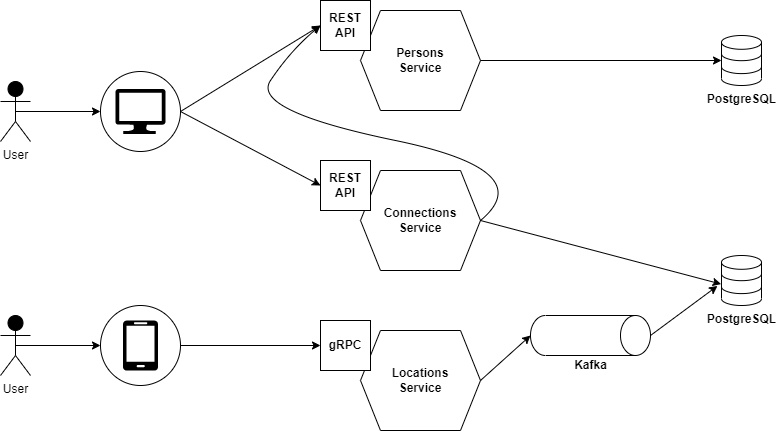
Above: docs/architecture_design.png in vykhvan/cloud-native-message-passing (draw.io), before the change. Source tidied: cells renumbered, new cells last; positions are measured from the earlier drawing's top-left corner, leaving out a move shared by most shapes.
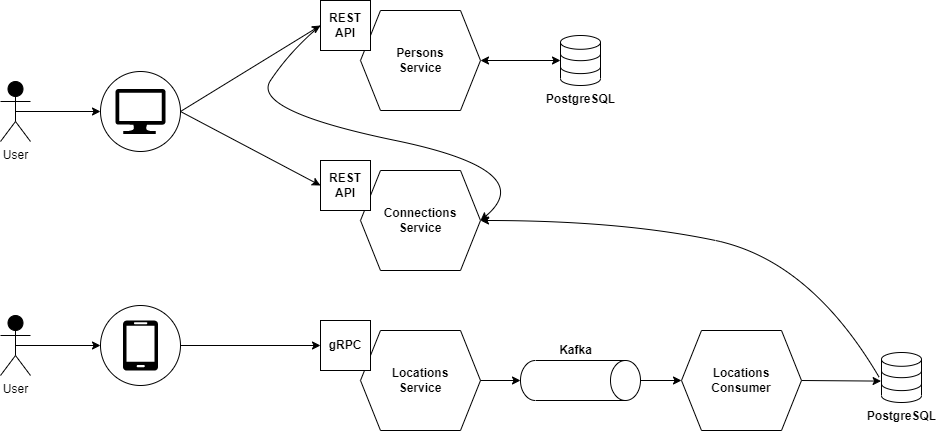
Above is the later version.

Change to the diagram source:
```diff
@@ -24,7 +24,7 @@
       <mxGeometry x="320" y="320" width="50" height="50" as="geometry" />
     </mxCell>
     <mxCell id="9" value="&lt;b&gt;PostgreSQL&lt;/b&gt;" style="html=1;verticalLabelPosition=bottom;align=center;labelBackgroundColor=#ffffff;verticalAlign=top;strokeWidth=1;strokeColor=#000000;shadow=0;dashed=0;shape=mxgraph.ios7.icons.data;labelPosition=center;" parent="1" vertex="1">
-      <mxGeometry x="721" y="35" width="40" height="50" as="geometry" />
+      <mxGeometry x="560" y="35" width="40" height="50" as="geometry" />
     </mxCell>
     <mxCell id="10" style="ellipse;whiteSpace=wrap;html=1;strokeColor=#000000;strokeWidth=1;" parent="1" vertex="1">
       <mxGeometry x="100" y="305" width="80" height="80" as="geometry" />
@@ -42,7 +42,7 @@
       <mxGeometry y="315" width="30" height="60" as="geometry" />
     </mxCell>
     <mxCell id="15" style="shape=cylinder3;whiteSpace=wrap;html=1;boundedLbl=1;backgroundOutline=1;size=15;fontColor=#000000;strokeColor=default;strokeWidth=1;fillColor=none;direction=south;" parent="1" vertex="1">
-      <mxGeometry x="530" y="315" width="120" height="40" as="geometry" />
+      <mxGeometry x="520" y="360" width="120" height="40" as="geometry" />
     </mxCell>
     <mxCell id="16" style="endArrow=classic;html=1;rounded=0;fontColor=#000000;entryX=0;entryY=0.5;entryDx=0;entryDy=0;exitX=1;exitY=0.5;exitDx=0;exitDy=0;" parent="1" edge="1" source="10" target="8">
       <mxGeometry relative="1" as="geometry" />
@@ -59,32 +59,45 @@
     <mxCell id="20" style="endArrow=classic;html=1;rounded=0;fontColor=#000000;entryX=0;entryY=0.5;entryDx=0;entryDy=0;exitX=1;exitY=0.5;exitDx=0;exitDy=0;" parent="1" edge="1" source="2" target="6">
       <mxGeometry relative="1" as="geometry" />
     </mxCell>
-    <mxCell id="21" style="curved=1;endArrow=classic;html=1;rounded=0;entryX=0;entryY=0.5;entryDx=0;entryDy=0;exitX=1;exitY=0.5;exitDx=0;exitDy=0;" parent="1" edge="1" source="5" target="4">
+    <mxCell id="21" style="curved=1;endArrow=classic;html=1;rounded=0;entryX=1;entryY=0.5;entryDx=0;entryDy=0;exitX=0;exitY=0.5;exitDx=0;exitDy=0;" parent="1" edge="1" source="4" target="5">
       <mxGeometry relative="1" as="geometry">
         <Array as="points">
+          <mxPoint x="290" y="50" />
+          <mxPoint x="250" y="110" />
           <mxPoint x="540" y="170" />
-          <mxPoint x="250" y="110" />
-          <mxPoint x="290" y="50" />
         </Array>
       </mxGeometry>
     </mxCell>
     <mxCell id="22" value="&lt;b&gt;PostgreSQL&lt;/b&gt;" style="html=1;verticalLabelPosition=bottom;align=center;labelBackgroundColor=#ffffff;verticalAlign=top;strokeWidth=1;strokeColor=#000000;shadow=0;dashed=0;shape=mxgraph.ios7.icons.data;" parent="1" vertex="1">
-      <mxGeometry x="721" y="255" width="40" height="50" as="geometry" />
+      <mxGeometry x="881" y="352" width="40" height="50" as="geometry" />
     </mxCell>
-    <mxCell id="23" style="endArrow=classic;html=1;rounded=0;exitX=1;exitY=0.5;exitDx=0;exitDy=0;entryX=-0.01;entryY=0.572;entryDx=0;entryDy=0;entryPerimeter=0;" parent="1" edge="1" source="5" target="22">
+    <mxCell id="23" style="endArrow=classic;html=1;rounded=0;entryX=-0.01;entryY=0.572;entryDx=0;entryDy=0;entryPerimeter=0;exitX=1;exitY=0.5;exitDx=0;exitDy=0;" parent="1" edge="1" source="28" target="22">
       <mxGeometry relative="1" as="geometry" />
     </mxCell>
     <mxCell id="24" style="endArrow=classic;html=1;rounded=0;exitX=1;exitY=0.5;exitDx=0;exitDy=0;entryX=0.5;entryY=1;entryDx=0;entryDy=0;entryPerimeter=0;" parent="1" edge="1" source="7" target="15">
       <mxGeometry relative="1" as="geometry" />
     </mxCell>
-    <mxCell id="25" style="endArrow=classic;html=1;rounded=0;exitX=1;exitY=0.5;exitDx=0;exitDy=0;" parent="1" edge="1" source="3" target="9">
-      <mxGeometry relative="1" as="geometry" />
-    </mxCell>
-    <mxCell id="26" style="endArrow=classic;html=1;rounded=0;entryX=-0.1;entryY=0.608;entryDx=0;entryDy=0;entryPerimeter=0;exitX=0.5;exitY=0;exitDx=0;exitDy=0;exitPerimeter=0;" parent="1" edge="1" source="15" target="22">
+    <mxCell id="26" style="endArrow=classic;html=1;rounded=0;entryX=0;entryY=0.5;entryDx=0;entryDy=0;exitX=0.5;exitY=0;exitDx=0;exitDy=0;exitPerimeter=0;" parent="1" edge="1" source="15" target="28">
       <mxGeometry relative="1" as="geometry" />
     </mxCell>
     <mxCell id="27" value="&lt;b&gt;Kafka&lt;/b&gt;" style="text;html=1;align=center;verticalAlign=middle;fillColor=none;strokeColor=none;rounded=0;" parent="1" vertex="1">
-      <mxGeometry x="565" y="355" width="50" height="20" as="geometry" />
+      <mxGeometry x="550" y="340" width="50" height="20" as="geometry" />
     </mxCell>
+    <mxCell id="28" value="Locations&lt;br&gt;Consumer" style="shape=hexagon;perimeter=hexagonPerimeter2;whiteSpace=wrap;html=1;fixedSize=1;fontStyle=1;" parent="1" vertex="1">
+      <mxGeometry x="681" y="330" width="120" height="100" as="geometry" />
+    </mxCell>
+    <mxCell id="29" style="curved=1;endArrow=classic;html=1;rounded=0;exitX=-0.055;exitY=0.5;exitDx=0;exitDy=0;exitPerimeter=0;entryX=1;entryY=0.5;entryDx=0;entryDy=0;" parent="1" edge="1" source="22" target="5">
+      <mxGeometry relative="1" as="geometry">
+        <Array as="points">
+          <mxPoint x="810" y="260" />
+          <mxPoint x="620" y="220" />
+        </Array>
+      </mxGeometry>
+    </mxCell>
+    <mxCell id="30" style="endArrow=classic;startArrow=classic;html=1;rounded=0;exitX=1;exitY=0.5;exitDx=0;exitDy=0;" parent="1" edge="1" source="3">
+      <mxGeometry relative="1" as="geometry">
+        <mxPoint x="560" y="60" as="targetPoint" />
+      </mxGeometry>
+    </mxCell>
   </root>
 </mxGraphModel>
```
